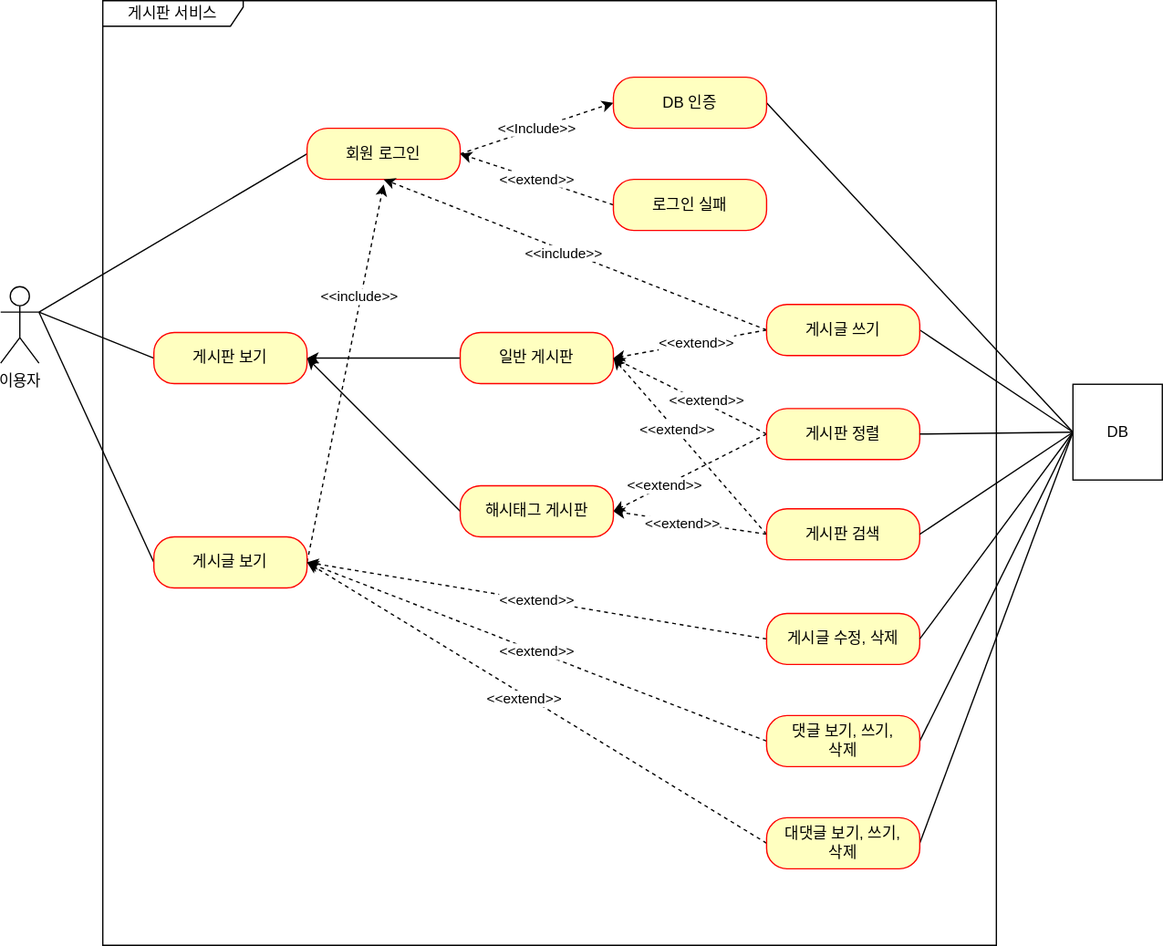
The draw.io diagram board/document/use-case.svg in zeesouth/board, before a commit. Source tidied: cells renumbered, new cells last; positions are measured from the earlier drawing's top-left corner, leaving out a move shared by most shapes.
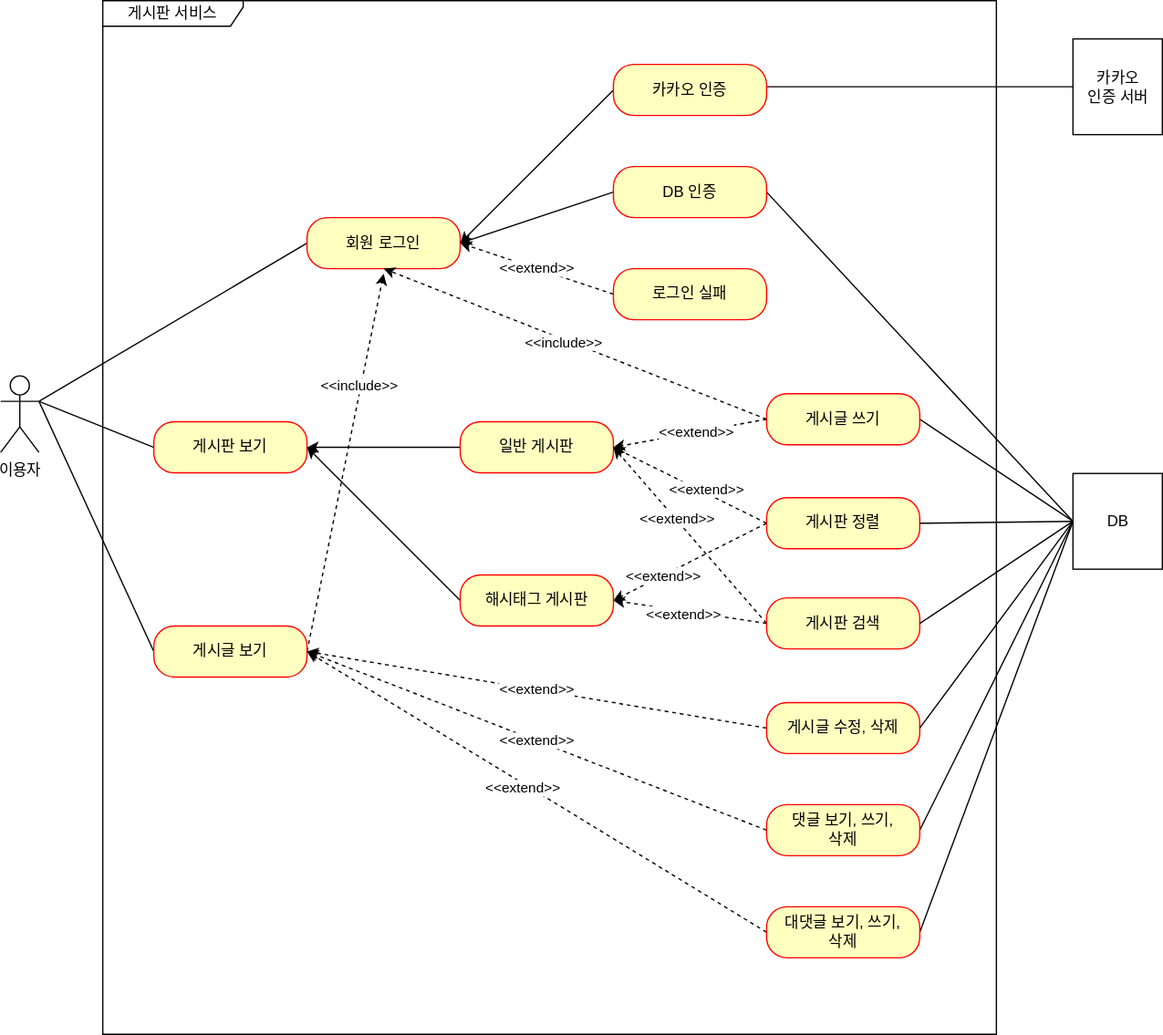
The same diagram one commit later.

Commit message:
#67 - use-case.svg: 카카오 인증 유즈 케이스 추가 (대댓글은 미리 표현하였음)

What changed in the source:
```diff
@@ -6,7 +6,7 @@
       <mxGeometry y="224" width="30" height="60" as="geometry" />
     </mxCell>
     <mxCell id="3" value="게시판 서비스" style="shape=umlFrame;whiteSpace=wrap;html=1;width=110;height=20;" parent="1" vertex="1">
-      <mxGeometry x="80" width="700" height="740" as="geometry" />
+      <mxGeometry x="80" y="-70" width="700" height="810" as="geometry" />
     </mxCell>
     <mxCell id="4" style="rounded=0;jettySize=auto;html=1;exitX=0;exitY=0.5;exitDx=0;exitDy=0;entryX=1;entryY=0.5;entryDx=0;entryDy=0;" parent="1" edge="1" source="5" target="7">
       <mxGeometry relative="1" as="geometry" />
@@ -41,15 +41,15 @@
         <mxPoint x="30" y="244" as="targetPoint" />
       </mxGeometry>
     </mxCell>
-    <mxCell id="13" value="&amp;lt;&amp;lt;Include&amp;gt;&amp;gt;" style="rounded=0;jettySize=auto;html=1;exitX=1;exitY=0.5;exitDx=0;exitDy=0;entryX=0;entryY=0.5;entryDx=0;entryDy=0;dashed=1;" parent="1" edge="1" source="14" target="16">
-      <mxGeometry relative="1" as="geometry" />
-    </mxCell>
     <mxCell id="14" value="회원 로그인" style="rounded=1;whiteSpace=wrap;html=1;arcSize=40;fontColor=#000000;fillColor=#ffffc0;strokeColor=#ff0000;" parent="1" vertex="1">
       <mxGeometry x="240" y="100" width="120" height="40" as="geometry" />
     </mxCell>
     <mxCell id="15" style="edgeStyle=none;rounded=0;jettySize=auto;html=1;exitX=1;exitY=0.5;exitDx=0;exitDy=0;entryX=0;entryY=0.5;entryDx=0;entryDy=0;endArrow=none;endFill=0;" parent="1" edge="1" source="16" target="39">
       <mxGeometry relative="1" as="geometry" />
     </mxCell>
+    <mxCell id="52" style="rounded=0;jettySize=auto;html=1;entryX=1;entryY=0.5;entryDx=0;entryDy=0;exitX=0;exitY=0.5;exitDx=0;exitDy=0;" parent="1" edge="1" source="16" target="14">
+      <mxGeometry relative="1" as="geometry" />
+    </mxCell>
     <mxCell id="16" value="DB 인증" style="rounded=1;whiteSpace=wrap;html=1;arcSize=40;fontColor=#000000;fillColor=#ffffc0;strokeColor=#ff0000;" parent="1" vertex="1">
       <mxGeometry x="480" y="60" width="120" height="40" as="geometry" />
     </mxCell>
@@ -162,5 +162,19 @@
     <mxCell id="51" value="대댓글 보기, 쓰기,&lt;br&gt;삭제" style="rounded=1;whiteSpace=wrap;html=1;arcSize=40;fontColor=#000000;fillColor=#ffffc0;strokeColor=#ff0000;" parent="1" vertex="1">
       <mxGeometry x="600" y="640" width="120" height="40" as="geometry" />
     </mxCell>
+    <mxCell id="53" style="edgeStyle=orthogonalEdgeStyle;rounded=0;jettySize=auto;html=1;endArrow=none;endFill=0;" parent="1" edge="1" source="54">
+      <mxGeometry relative="1" as="geometry">
+        <mxPoint x="600" y="-2.5" as="targetPoint" />
+      </mxGeometry>
+    </mxCell>
+    <mxCell id="54" value="카카오&lt;br&gt;인증 서버" style="html=1;" parent="1" vertex="1">
+      <mxGeometry x="840" y="-40" width="70" height="75" as="geometry" />
+    </mxCell>
+    <mxCell id="55" style="rounded=0;jettySize=auto;html=1;entryX=1;entryY=0.5;entryDx=0;entryDy=0;exitX=0;exitY=0.5;exitDx=0;exitDy=0;" parent="1" edge="1" source="56" target="14">
+      <mxGeometry relative="1" as="geometry" />
+    </mxCell>
+    <mxCell id="56" value="카카오 인증" style="rounded=1;whiteSpace=wrap;html=1;arcSize=40;fontColor=#000000;fillColor=#ffffc0;strokeColor=#ff0000;" parent="1" vertex="1">
+      <mxGeometry x="480" y="-20" width="120" height="40" as="geometry" />
+    </mxCell>
   </root>
 </mxGraphModel>
```
